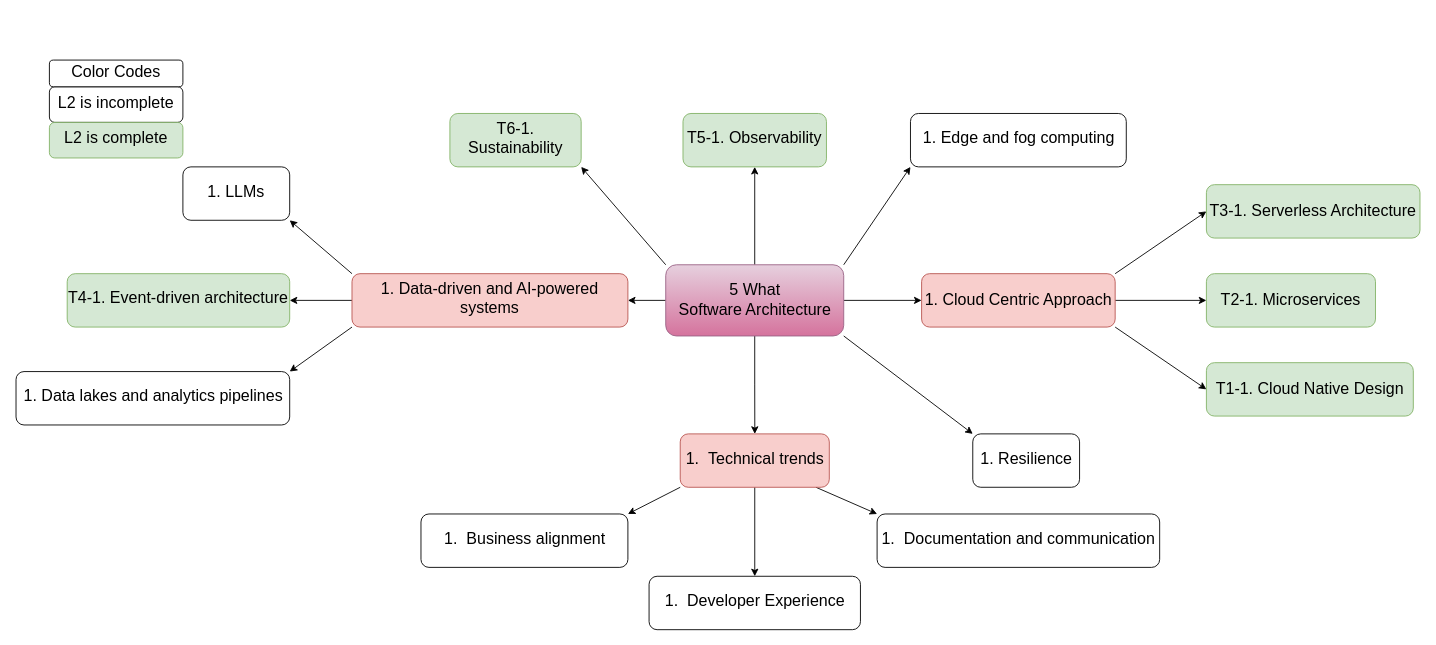
Gaur4vGaur/probable-octo keeps this draw.io diagram as page "FiveWhatSA" (1 of 8) of FiveWhatSoftwareArch.drawio. Above is the earlier version. Source tidied: cells renumbered, new cells numbered last; positions are measured from the earlier drawing's top-left corner, leaving out a move shared by most shapes. Both pictures are drawn from the tidied source at 89%, with x=0, y=0 at pixel (15, 60).
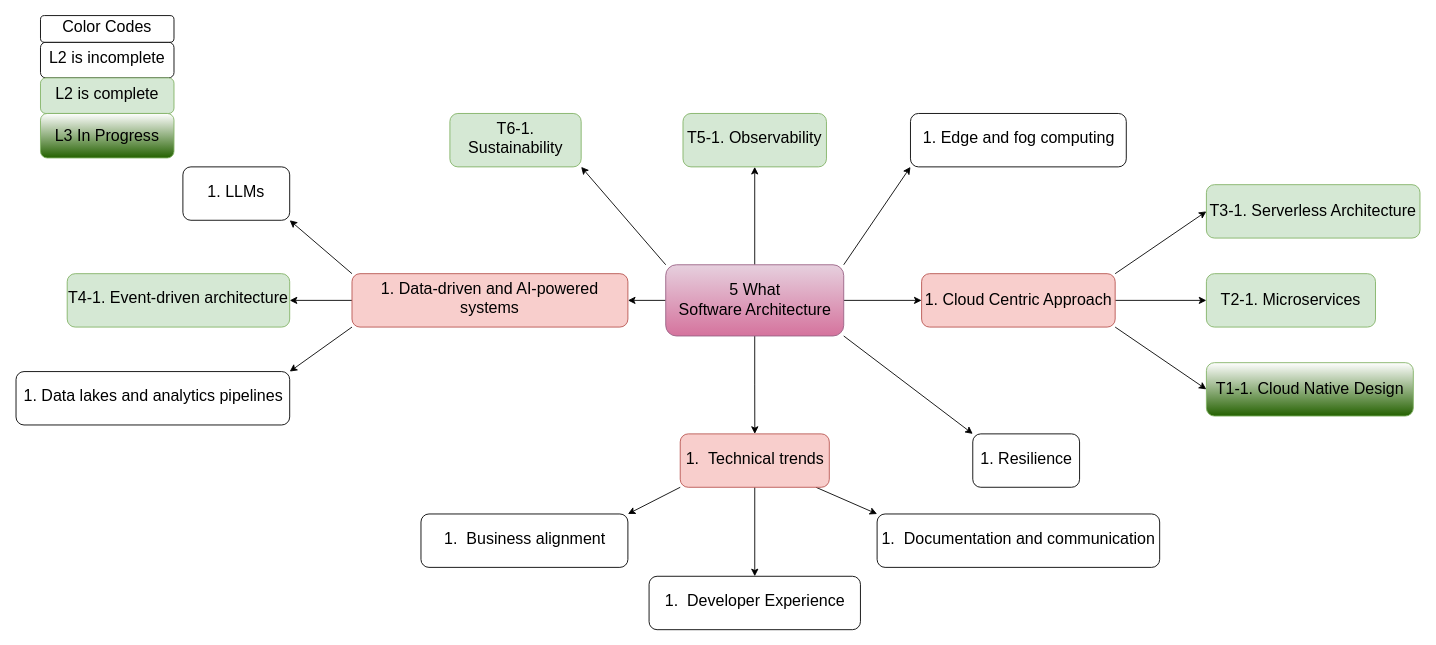
The same page after the edit.

What changed in the source:
```diff
@@
-    <mxCell id="7" value="T1-1. Cloud Native Design" style="rounded=1;whiteSpace=wrap;html=1;fontSize=18;fillColor=#d5e8d4;strokeColor=#82b366;fontColor=#000000;" parent="1" vertex="1">
+    <mxCell id="7" value="T1-1. Cloud Native Design" style="rounded=1;whiteSpace=wrap;html=1;fontSize=18;fillColor=#ffffff;strokeColor=#82b366;gradientColor=#246100;" parent="1" vertex="1">
       <mxGeometry x="1338" y="340" width="232.5" height="60" as="geometry" />
     </mxCell>
@@
     <mxCell id="35" value="L2 is incomplete&lt;span style=&quot;background-color: initial; font-size: 18px;&quot;&gt;&lt;br style=&quot;font-size: 18px;&quot;&gt;&lt;/span&gt;&lt;ul style=&quot;--tw-border-spacing-x: 0; --tw-border-spacing-y: 0; --tw-translate-x: 0; --tw-translate-y: 0; --tw-rotate: 0; --tw-skew-x: 0; --tw-skew-y: 0; --tw-scale-x: 1; --tw-scale-y: 1; --tw-pan-x: ; --tw-pan-y: ; --tw-pinch-zoom: ; --tw-scroll-snap-strictness: proximity; --tw-ordinal: ; --tw-slashed-zero: ; --tw-numeric-figure: ; --tw-numeric-spacing: ; --tw-numeric-fraction: ; --tw-ring-inset: ; --tw-ring-offset-width: 0px; --tw-ring-offset-color: #fff; --tw-ring-color: rgb(59 130 246 / .5); --tw-ring-offset-shadow: 0 0 #0000; --tw-ring-shadow: 0 0 #0000; --tw-shadow: 0 0 #0000; --tw-shadow-colored: 0 0 #0000; --tw-blur: ; --tw-brightness: ; --tw-contrast: ; --tw-grayscale: ; --tw-hue-rotate: ; --tw-invert: ; --tw-saturate: ; --tw-sepia: ; --tw-drop-shadow: ; --tw-backdrop-blur: ; --tw-backdrop-brightness: ; --tw-backdrop-contrast: ; --tw-backdrop-grayscale: ; --tw-backdrop-hue-rotate: ; --tw-backdrop-invert: ; --tw-backdrop-opacity: ; --tw-backdrop-saturate: ; --tw-backdrop-sepia: ; margin: 4px 0px; padding-inline-start: 36px; font-size: 18px;&quot;&gt;&lt;span style=&quot;--tw-border-spacing-x: 0; --tw-border-spacing-y: 0; --tw-translate-x: 0; --tw-translate-y: 0; --tw-rotate: 0; --tw-skew-x: 0; --tw-skew-y: 0; --tw-scale-x: 1; --tw-scale-y: 1; --tw-pan-x: ; --tw-pan-y: ; --tw-pinch-zoom: ; --tw-scroll-snap-strictness: proximity; --tw-ordinal: ; --tw-slashed-zero: ; --tw-numeric-figure: ; --tw-numeric-spacing: ; --tw-numeric-fraction: ; --tw-ring-inset: ; --tw-ring-offset-width: 0px; --tw-ring-offset-color: #fff; --tw-ring-color: rgb(59 130 246 / .5); --tw-ring-offset-shadow: 0 0 #0000; --tw-ring-shadow: 0 0 #0000; --tw-shadow: 0 0 #0000; --tw-shadow-colored: 0 0 #0000; --tw-blur: ; --tw-brightness: ; --tw-contrast: ; --tw-grayscale: ; --tw-hue-rotate: ; --tw-invert: ; --tw-saturate: ; --tw-sepia: ; --tw-drop-shadow: ; --tw-backdrop-blur: ; --tw-backdrop-brightness: ; --tw-backdrop-contrast: ; --tw-backdrop-grayscale: ; --tw-backdrop-hue-rotate: ; --tw-backdrop-invert: ; --tw-backdrop-opacity: ; --tw-backdrop-saturate: ; --tw-backdrop-sepia: ; color: rgb(227, 227, 227); font-family: &amp;quot;Google Sans&amp;quot;, &amp;quot;Helvetica Neue&amp;quot;, sans-serif; font-size: 18px; text-align: start; background-color: rgb(19, 19, 20);&quot;&gt;&lt;/span&gt;&lt;/ul&gt;" style="rounded=1;whiteSpace=wrap;html=1;fontSize=18;" parent="1" vertex="1">
-      <mxGeometry x="38" y="30" width="150" height="40" as="geometry" />
+      <mxGeometry x="28" y="-20" width="150" height="40" as="geometry" />
     </mxCell>
     <mxCell id="36" value="Color Codes&lt;span style=&quot;background-color: initial; font-size: 18px;&quot;&gt;&lt;br style=&quot;font-size: 18px;&quot;&gt;&lt;/span&gt;&lt;ul style=&quot;--tw-border-spacing-x: 0; --tw-border-spacing-y: 0; --tw-translate-x: 0; --tw-translate-y: 0; --tw-rotate: 0; --tw-skew-x: 0; --tw-skew-y: 0; --tw-scale-x: 1; --tw-scale-y: 1; --tw-pan-x: ; --tw-pan-y: ; --tw-pinch-zoom: ; --tw-scroll-snap-strictness: proximity; --tw-ordinal: ; --tw-slashed-zero: ; --tw-numeric-figure: ; --tw-numeric-spacing: ; --tw-numeric-fraction: ; --tw-ring-inset: ; --tw-ring-offset-width: 0px; --tw-ring-offset-color: #fff; --tw-ring-color: rgb(59 130 246 / .5); --tw-ring-offset-shadow: 0 0 #0000; --tw-ring-shadow: 0 0 #0000; --tw-shadow: 0 0 #0000; --tw-shadow-colored: 0 0 #0000; --tw-blur: ; --tw-brightness: ; --tw-contrast: ; --tw-grayscale: ; --tw-hue-rotate: ; --tw-invert: ; --tw-saturate: ; --tw-sepia: ; --tw-drop-shadow: ; --tw-backdrop-blur: ; --tw-backdrop-brightness: ; --tw-backdrop-contrast: ; --tw-backdrop-grayscale: ; --tw-backdrop-hue-rotate: ; --tw-backdrop-invert: ; --tw-backdrop-opacity: ; --tw-backdrop-saturate: ; --tw-backdrop-sepia: ; margin: 4px 0px; padding-inline-start: 36px; font-size: 18px;&quot;&gt;&lt;span style=&quot;--tw-border-spacing-x: 0; --tw-border-spacing-y: 0; --tw-translate-x: 0; --tw-translate-y: 0; --tw-rotate: 0; --tw-skew-x: 0; --tw-skew-y: 0; --tw-scale-x: 1; --tw-scale-y: 1; --tw-pan-x: ; --tw-pan-y: ; --tw-pinch-zoom: ; --tw-scroll-snap-strictness: proximity; --tw-ordinal: ; --tw-slashed-zero: ; --tw-numeric-figure: ; --tw-numeric-spacing: ; --tw-numeric-fraction: ; --tw-ring-inset: ; --tw-ring-offset-width: 0px; --tw-ring-offset-color: #fff; --tw-ring-color: rgb(59 130 246 / .5); --tw-ring-offset-shadow: 0 0 #0000; --tw-ring-shadow: 0 0 #0000; --tw-shadow: 0 0 #0000; --tw-shadow-colored: 0 0 #0000; --tw-blur: ; --tw-brightness: ; --tw-contrast: ; --tw-grayscale: ; --tw-hue-rotate: ; --tw-invert: ; --tw-saturate: ; --tw-sepia: ; --tw-drop-shadow: ; --tw-backdrop-blur: ; --tw-backdrop-brightness: ; --tw-backdrop-contrast: ; --tw-backdrop-grayscale: ; --tw-backdrop-hue-rotate: ; --tw-backdrop-invert: ; --tw-backdrop-opacity: ; --tw-backdrop-saturate: ; --tw-backdrop-sepia: ; color: rgb(227, 227, 227); font-family: &amp;quot;Google Sans&amp;quot;, &amp;quot;Helvetica Neue&amp;quot;, sans-serif; font-size: 18px; text-align: start; background-color: rgb(19, 19, 20);&quot;&gt;&lt;/span&gt;&lt;/ul&gt;" style="rounded=1;whiteSpace=wrap;html=1;fontSize=18;" parent="1" vertex="1">
-      <mxGeometry x="38" width="150" height="30" as="geometry" />
+      <mxGeometry x="28" y="-50" width="150" height="30" as="geometry" />
     </mxCell>
     <mxCell id="37" value="L2 is complete&lt;span style=&quot;background-color: initial; font-size: 18px;&quot;&gt;&lt;br style=&quot;font-size: 18px;&quot;&gt;&lt;/span&gt;&lt;ul style=&quot;--tw-border-spacing-x: 0; --tw-border-spacing-y: 0; --tw-translate-x: 0; --tw-translate-y: 0; --tw-rotate: 0; --tw-skew-x: 0; --tw-skew-y: 0; --tw-scale-x: 1; --tw-scale-y: 1; --tw-pan-x: ; --tw-pan-y: ; --tw-pinch-zoom: ; --tw-scroll-snap-strictness: proximity; --tw-ordinal: ; --tw-slashed-zero: ; --tw-numeric-figure: ; --tw-numeric-spacing: ; --tw-numeric-fraction: ; --tw-ring-inset: ; --tw-ring-offset-width: 0px; --tw-ring-offset-color: #fff; --tw-ring-color: rgb(59 130 246 / .5); --tw-ring-offset-shadow: 0 0 #0000; --tw-ring-shadow: 0 0 #0000; --tw-shadow: 0 0 #0000; --tw-shadow-colored: 0 0 #0000; --tw-blur: ; --tw-brightness: ; --tw-contrast: ; --tw-grayscale: ; --tw-hue-rotate: ; --tw-invert: ; --tw-saturate: ; --tw-sepia: ; --tw-drop-shadow: ; --tw-backdrop-blur: ; --tw-backdrop-brightness: ; --tw-backdrop-contrast: ; --tw-backdrop-grayscale: ; --tw-backdrop-hue-rotate: ; --tw-backdrop-invert: ; --tw-backdrop-opacity: ; --tw-backdrop-saturate: ; --tw-backdrop-sepia: ; margin: 4px 0px; padding-inline-start: 36px; font-size: 18px;&quot;&gt;&lt;span style=&quot;--tw-border-spacing-x: 0; --tw-border-spacing-y: 0; --tw-translate-x: 0; --tw-translate-y: 0; --tw-rotate: 0; --tw-skew-x: 0; --tw-skew-y: 0; --tw-scale-x: 1; --tw-scale-y: 1; --tw-pan-x: ; --tw-pan-y: ; --tw-pinch-zoom: ; --tw-scroll-snap-strictness: proximity; --tw-ordinal: ; --tw-slashed-zero: ; --tw-numeric-figure: ; --tw-numeric-spacing: ; --tw-numeric-fraction: ; --tw-ring-inset: ; --tw-ring-offset-width: 0px; --tw-ring-offset-color: #fff; --tw-ring-color: rgb(59 130 246 / .5); --tw-ring-offset-shadow: 0 0 #0000; --tw-ring-shadow: 0 0 #0000; --tw-shadow: 0 0 #0000; --tw-shadow-colored: 0 0 #0000; --tw-blur: ; --tw-brightness: ; --tw-contrast: ; --tw-grayscale: ; --tw-hue-rotate: ; --tw-invert: ; --tw-saturate: ; --tw-sepia: ; --tw-drop-shadow: ; --tw-backdrop-blur: ; --tw-backdrop-brightness: ; --tw-backdrop-contrast: ; --tw-backdrop-grayscale: ; --tw-backdrop-hue-rotate: ; --tw-backdrop-invert: ; --tw-backdrop-opacity: ; --tw-backdrop-saturate: ; --tw-backdrop-sepia: ; color: rgb(227, 227, 227); font-family: &amp;quot;Google Sans&amp;quot;, &amp;quot;Helvetica Neue&amp;quot;, sans-serif; font-size: 18px; text-align: start; background-color: rgb(19, 19, 20);&quot;&gt;&lt;/span&gt;&lt;/ul&gt;" style="rounded=1;whiteSpace=wrap;html=1;fontSize=18;fillColor=#d5e8d4;strokeColor=#82b366;" parent="1" vertex="1">
-      <mxGeometry x="38" y="70" width="150" height="40" as="geometry" />
+      <mxGeometry x="28" y="20" width="150" height="40" as="geometry" />
     </mxCell>
@@
+    <mxCell id="39" value="L3 In Progress" style="rounded=1;whiteSpace=wrap;html=1;fontSize=18;fillColor=#ffffff;strokeColor=#82b366;gradientColor=#246100;" parent="1" vertex="1">
+      <mxGeometry x="28" y="60" width="150" height="50" as="geometry" />
+    </mxCell>
```
